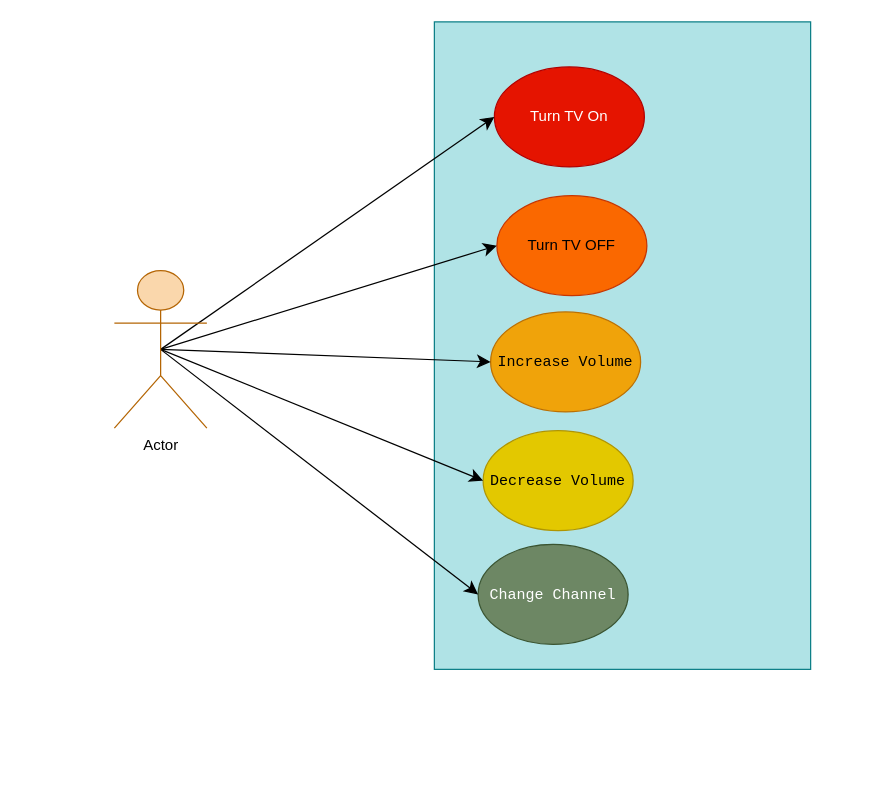
Dukeliam/IdeaProjects keeps this draw.io diagram as page "Page-1" (1 of 2) of Television/My TV Use Case Diagram.drawio. Above is the earlier version. Source tidied: cells renumbered, new cells numbered last; positions are measured from the earlier drawing's top-left corner, leaving out a move shared by most shapes. Both pictures are drawn from the tidied source at 125%, with x=0, y=0 at pixel (114, 21).
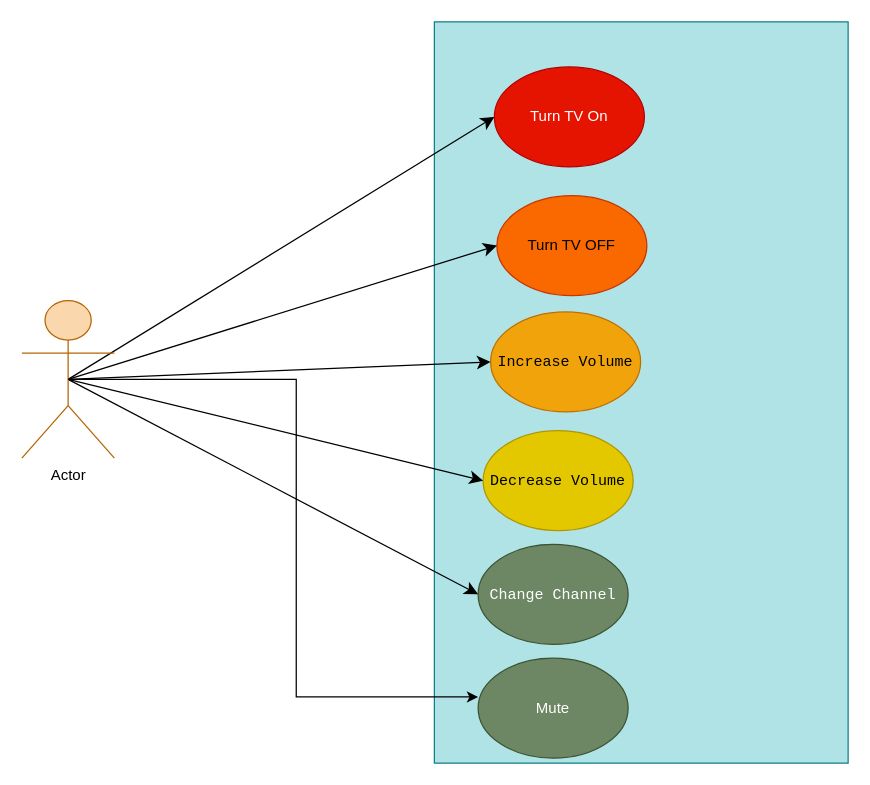
After the change.

The edit, as a diff of the source:
```diff
@@
 <mxGraphModel>
   <root>
     <mxCell id="0" />
     <mxCell id="1" parent="0" />
     <mxCell id="2" style="rounded=0;whiteSpace=wrap;html=1;fillColor=#b0e3e6;strokeColor=#0e8088;" parent="1" vertex="1">
-      <mxGeometry x="256" width="301" height="518" as="geometry" />
+      <mxGeometry x="256" width="331" height="593" as="geometry" />
     </mxCell>
     <mxCell id="3" value="Turn TV On" style="ellipse;whiteSpace=wrap;html=1;shapeInside=1;fillColor=#e51400;fontColor=#ffffff;strokeColor=#B20000;" parent="1" vertex="1">
       <mxGeometry x="304" y="36" width="120" height="80" as="geometry" />
     </mxCell>
     <mxCell id="4" value="Turn TV OFF" style="ellipse;whiteSpace=wrap;html=1;shapeInside=1;fillColor=#fa6800;fontColor=#000000;strokeColor=#C73500;" parent="1" vertex="1">
       <mxGeometry x="306" y="139" width="120" height="80" as="geometry" />
     </mxCell>
     <mxCell id="5" value="&lt;code&gt;Increase Volume&lt;/code&gt;" style="ellipse;whiteSpace=wrap;html=1;shapeInside=1;fillColor=#f0a30a;fontColor=#000000;strokeColor=#BD7000;" parent="1" vertex="1">
       <mxGeometry x="301" y="232" width="120" height="80" as="geometry" />
     </mxCell>
     <mxCell id="6" value="&lt;code&gt;Decrease Volume&lt;/code&gt;" style="ellipse;whiteSpace=wrap;html=1;shapeInside=1;fillColor=#e3c800;fontColor=#000000;strokeColor=#B09500;" parent="1" vertex="1">
       <mxGeometry x="295" y="327" width="120" height="80" as="geometry" />
     </mxCell>
     <mxCell id="7" value="&lt;code&gt;Change Channel&lt;/code&gt;" style="ellipse;whiteSpace=wrap;html=1;shapeInside=1;fillColor=#6d8764;fontColor=#ffffff;strokeColor=#3A5431;" parent="1" vertex="1">
       <mxGeometry x="291" y="418" width="120" height="80" as="geometry" />
     </mxCell>
     <mxCell id="8" style="edgeStyle=none;curved=1;rounded=0;curveGeometry=1;jettySize=auto;html=1;exitX=0.5;exitY=0.5;exitDx=0;exitDy=0;exitPerimeter=0;entryX=0;entryY=0.5;entryDx=0;entryDy=0;fontSize=12;defaultLabelBackgroundColor=page;labelPadding=0 4;startSize=8;endSize=8;" parent="1" edge="1" source="13" target="3">
       <mxGeometry relative="1" as="geometry" />
     </mxCell>
     <mxCell id="9" style="edgeStyle=none;curved=1;rounded=0;curveGeometry=1;jettySize=auto;html=1;exitX=0.5;exitY=0.5;exitDx=0;exitDy=0;exitPerimeter=0;entryX=0;entryY=0.5;entryDx=0;entryDy=0;fontSize=12;defaultLabelBackgroundColor=page;labelPadding=0 4;startSize=8;endSize=8;" parent="1" edge="1" source="13" target="4">
       <mxGeometry relative="1" as="geometry" />
     </mxCell>
     <mxCell id="10" style="edgeStyle=none;curved=1;rounded=0;curveGeometry=1;jettySize=auto;html=1;exitX=0.5;exitY=0.5;exitDx=0;exitDy=0;exitPerimeter=0;entryX=0;entryY=0.5;entryDx=0;entryDy=0;fontSize=12;defaultLabelBackgroundColor=page;labelPadding=0 4;startSize=8;endSize=8;" parent="1" edge="1" source="13" target="5">
       <mxGeometry relative="1" as="geometry" />
     </mxCell>
     <mxCell id="11" style="edgeStyle=none;curved=1;rounded=0;curveGeometry=1;jettySize=auto;html=1;exitX=0.5;exitY=0.5;exitDx=0;exitDy=0;exitPerimeter=0;entryX=0;entryY=0.5;entryDx=0;entryDy=0;fontSize=12;defaultLabelBackgroundColor=page;labelPadding=0 4;startSize=8;endSize=8;" parent="1" edge="1" source="13" target="6">
       <mxGeometry relative="1" as="geometry" />
     </mxCell>
     <mxCell id="12" style="edgeStyle=none;curved=1;rounded=0;curveGeometry=1;jettySize=auto;html=1;exitX=0.5;exitY=0.5;exitDx=0;exitDy=0;exitPerimeter=0;entryX=0;entryY=0.5;entryDx=0;entryDy=0;fontSize=12;defaultLabelBackgroundColor=page;labelPadding=0 4;startSize=8;endSize=8;" parent="1" edge="1" source="13" target="7">
       <mxGeometry relative="1" as="geometry" />
     </mxCell>
     <mxCell id="13" value="Actor" style="shape=umlActor;verticalLabelPosition=bottom;verticalAlign=top;html=1;outlineConnect=0;labelPerimeter=1;fillColor=#fad7ac;strokeColor=#b46504;" parent="1" vertex="1">
-      <mxGeometry y="199" width="74" height="126" as="geometry" />
+      <mxGeometry x="-74" y="223" width="74" height="126" as="geometry" />
     </mxCell>
+    <mxCell id="14" value="Mute" style="ellipse;whiteSpace=wrap;html=1;shapeInside=1;fillColor=#6d8764;fontColor=#ffffff;strokeColor=#3A5431;" parent="1" vertex="1">
+      <mxGeometry x="291" y="509" width="120" height="80" as="geometry" />
+    </mxCell>
+    <mxCell id="15" style="edgeStyle=orthogonalEdgeStyle;rounded=0;jettySize=auto;html=1;exitX=0.5;exitY=0.5;exitDx=0;exitDy=0;exitPerimeter=0;entryX=0;entryY=0.388;entryDx=0;entryDy=0;entryPerimeter=0;defaultLabelBackgroundColor=page;labelPadding=0 4;" parent="1" edge="1" source="13" target="14">
+      <mxGeometry relative="1" as="geometry" />
+    </mxCell>
   </root>
 </mxGraphModel>
```
